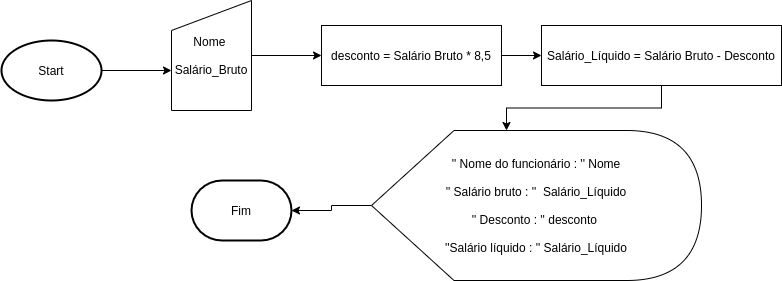
Before: Trabalho_de_APC1_(questão 4).png, a diagram exported from draw.io (Lrlk/Trabalho-de-APC1). Source tidied: cells renumbered, new cells last; positions are measured from the earlier drawing's top-left corner, leaving out a move shared by most shapes. The source it was exported from:
```xml
<mxGraphModel>
  <root>
    <mxCell id="0" />
    <mxCell id="1" parent="0" />
    <mxCell id="2" style="edgeStyle=orthogonalEdgeStyle;rounded=0;jettySize=auto;html=1;" parent="1" edge="1" source="3">
      <mxGeometry relative="1" as="geometry">
        <mxPoint x="170" y="70" as="targetPoint" />
      </mxGeometry>
    </mxCell>
    <mxCell id="3" value="Start" style="strokeWidth=2;html=1;shape=mxgraph.flowchart.start_1;whiteSpace=wrap;" parent="1" vertex="1">
      <mxGeometry y="40" width="100" height="60" as="geometry" />
    </mxCell>
    <mxCell id="4" style="edgeStyle=orthogonalEdgeStyle;rounded=0;jettySize=auto;html=1;entryX=0;entryY=0.5;entryDx=0;entryDy=0;entryPerimeter=0;" parent="1" edge="1" source="5" target="7">
      <mxGeometry relative="1" as="geometry" />
    </mxCell>
    <mxCell id="5" value="Nome&amp;nbsp;&lt;br&gt;&lt;br&gt;Salário_Bruto" style="shape=manualInput;whiteSpace=wrap;html=1;" parent="1" vertex="1">
      <mxGeometry x="170" width="80" height="110" as="geometry" />
    </mxCell>
    <mxCell id="6" style="edgeStyle=orthogonalEdgeStyle;rounded=0;jettySize=auto;html=1;entryX=0;entryY=0.5;entryDx=0;entryDy=0;" parent="1" edge="1" source="7" target="9">
      <mxGeometry relative="1" as="geometry" />
    </mxCell>
    <mxCell id="7" value="desconto = Salário Bruto * 8,5" style="rounded=0;whiteSpace=wrap;html=1;" parent="1" vertex="1">
      <mxGeometry x="320" y="25" width="180" height="60" as="geometry" />
    </mxCell>
    <mxCell id="8" style="edgeStyle=orthogonalEdgeStyle;rounded=0;jettySize=auto;html=1;entryX=0;entryY=0;entryDx=135;entryDy=0;entryPerimeter=0;" parent="1" edge="1" source="9" target="11">
      <mxGeometry relative="1" as="geometry" />
    </mxCell>
    <mxCell id="9" value="Salário_Líquido = Salário Bruto - Desconto" style="rounded=0;whiteSpace=wrap;html=1;" parent="1" vertex="1">
      <mxGeometry x="540" y="25" width="240" height="60" as="geometry" />
    </mxCell>
    <mxCell id="10" style="edgeStyle=orthogonalEdgeStyle;rounded=0;jettySize=auto;html=1;" parent="1" edge="1" source="11" target="12">
      <mxGeometry relative="1" as="geometry" />
    </mxCell>
    <mxCell id="11" value="'' Nome do funcionário : '' Nome&lt;br&gt;&lt;br&gt;'' Salário bruto : ''&amp;nbsp; Salário_Líquido&lt;br&gt;&lt;br&gt;'' Desconto : '' desconto&amp;nbsp;&lt;br&gt;&lt;br&gt;''Salário líquido : '' Salário_Líquido" style="shape=display;whiteSpace=wrap;html=1;" parent="1" vertex="1">
      <mxGeometry x="370" y="130" width="330" height="150" as="geometry" />
    </mxCell>
    <mxCell id="12" value="Fim" style="strokeWidth=2;html=1;shape=mxgraph.flowchart.terminator;whiteSpace=wrap;" parent="1" vertex="1">
      <mxGeometry x="190" y="180" width="100" height="60" as="geometry" />
    </mxCell>
  </root>
</mxGraphModel>
```
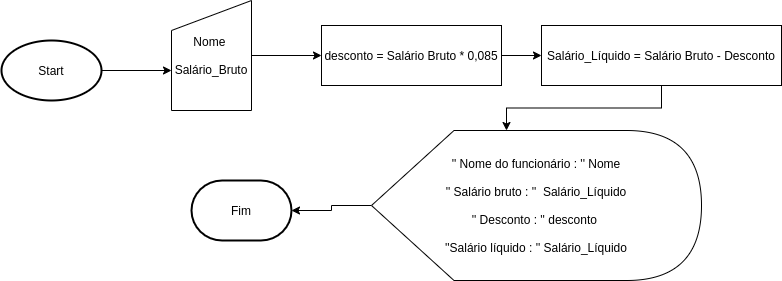
After the commit.

Change to the diagram source:
```diff
@@ -19,7 +19,7 @@
     <mxCell id="6" style="edgeStyle=orthogonalEdgeStyle;rounded=0;jettySize=auto;html=1;entryX=0;entryY=0.5;entryDx=0;entryDy=0;" parent="1" edge="1" source="7" target="9">
       <mxGeometry relative="1" as="geometry" />
     </mxCell>
-    <mxCell id="7" value="desconto = Salário Bruto * 8,5" style="rounded=0;whiteSpace=wrap;html=1;" parent="1" vertex="1">
+    <mxCell id="7" value="desconto = Salário Bruto * 0,085" style="rounded=0;whiteSpace=wrap;html=1;" parent="1" vertex="1">
       <mxGeometry x="320" y="25" width="180" height="60" as="geometry" />
     </mxCell>
     <mxCell id="8" style="edgeStyle=orthogonalEdgeStyle;rounded=0;jettySize=auto;html=1;entryX=0;entryY=0;entryDx=135;entryDy=0;entryPerimeter=0;" parent="1" edge="1" source="9" target="11">
```
